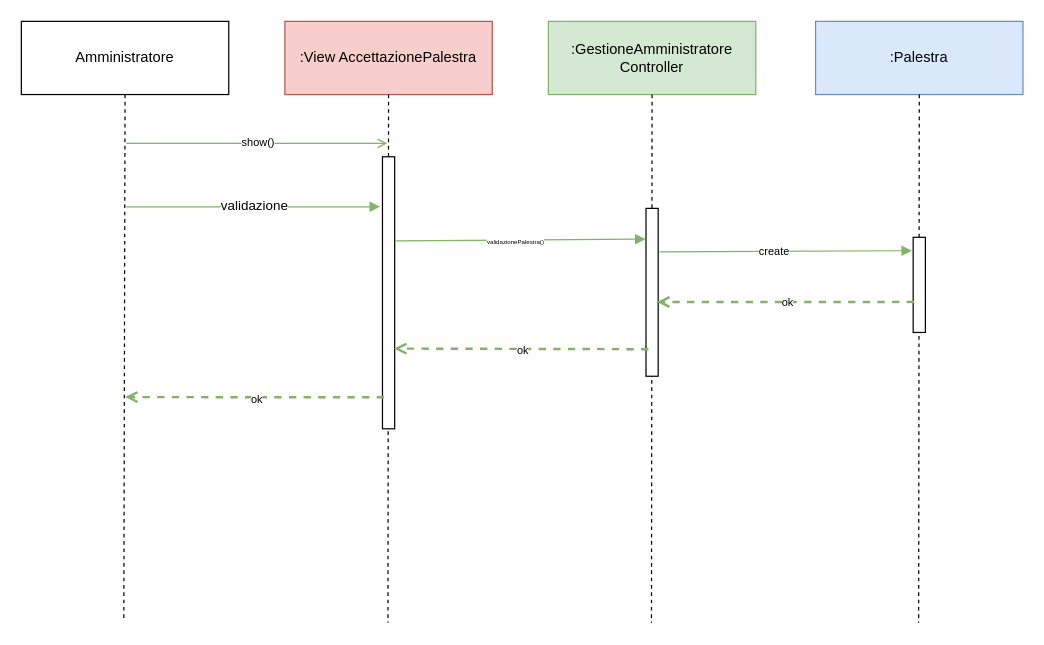
JosephBoom02/Progetto_Ingegneria_del_Software keeps this draw.io diagram as Diagrammi_Package/Interazione/Accettazione_Palestra.drawio. Above is the earlier version. Source tidied: cells renumbered, new cells numbered last; positions are measured from the earlier drawing's top-left corner, leaving out a move shared by most shapes. Both pictures are drawn from the tidied source at 122%, with x=0, y=0 at pixel (21, 21).
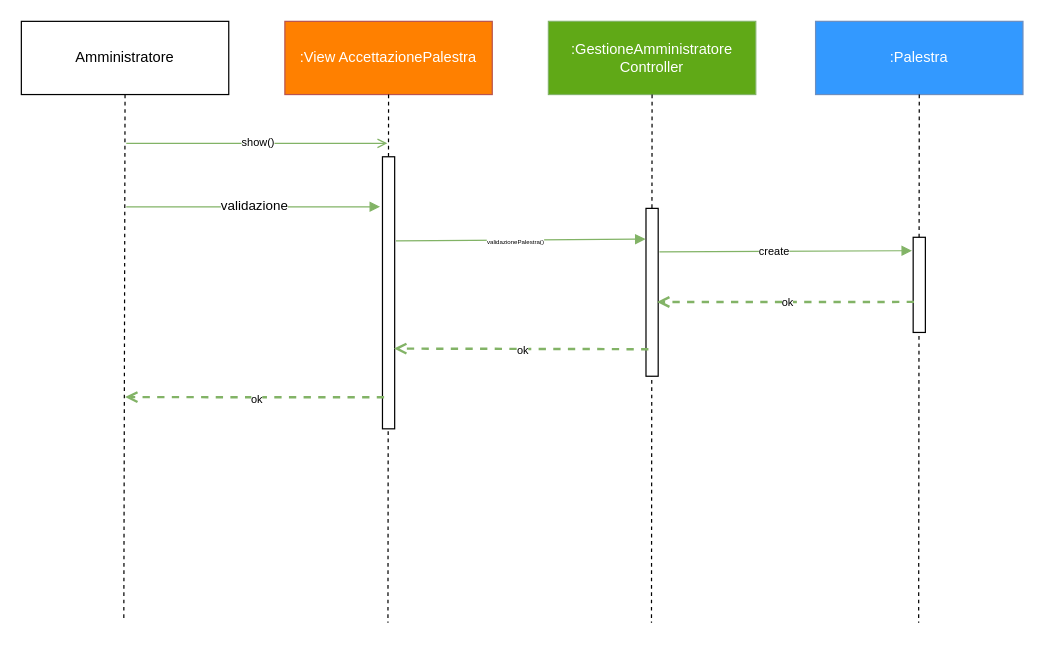
The same diagram, later.

The edit, as a diff of the source:
```diff
@@
-    <mxCell id="2" value=":View AccettazionePalestra" style="rounded=0;whiteSpace=wrap;html=1;fillColor=#f8cecc;strokeColor=#b85450;" parent="1" vertex="1">
+    <mxCell id="2" value="&lt;font color=&quot;#ffffff&quot;&gt;:View AccettazionePalestra&lt;/font&gt;" style="rounded=0;whiteSpace=wrap;html=1;fillColor=#FF8000;strokeColor=#b85450;" parent="1" vertex="1">
       <mxGeometry x="216" width="170" height="60" as="geometry" />
     </mxCell>
@@
-    <mxCell id="4" value=":GestioneAmministratore Controller" style="rounded=0;whiteSpace=wrap;html=1;fillColor=#d5e8d4;strokeColor=#82b366;" parent="1" vertex="1">
+    <mxCell id="4" value="&lt;font color=&quot;#ffffff&quot;&gt;:GestioneAmministratore Controller&lt;/font&gt;" style="rounded=0;whiteSpace=wrap;html=1;fillColor=#60A917;strokeColor=#82b366;" parent="1" vertex="1">
       <mxGeometry x="432" width="170" height="60" as="geometry" />
     </mxCell>
@@
-    <mxCell id="18" value=":Palestra" style="rounded=0;whiteSpace=wrap;html=1;fillColor=#dae8fc;strokeColor=#6c8ebf;" parent="1" vertex="1">
+    <mxCell id="18" value="&lt;font color=&quot;#ffffff&quot;&gt;:Palestra&lt;/font&gt;" style="rounded=0;whiteSpace=wrap;html=1;fillColor=#3399FF;strokeColor=#6c8ebf;" parent="1" vertex="1">
       <mxGeometry x="651" width="170" height="60" as="geometry" />
     </mxCell>
```
